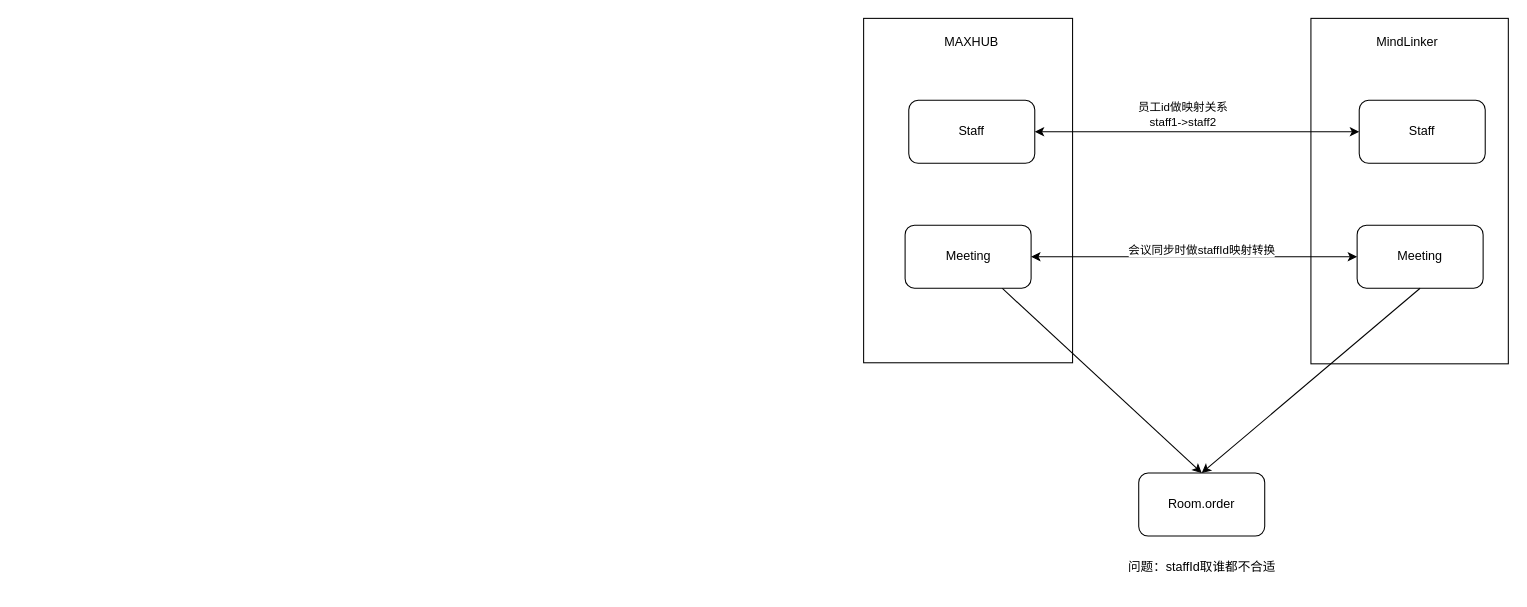
Earlier version of the draw.io diagram 未命名绘图.drawio (laowang-cloud/diagrams). Source tidied: cells renumbered, new cells numbered last; positions are measured from the earlier drawing's top-left corner, leaving out a move shared by most shapes. Both pictures are drawn from the tidied source at 105%, with x=0, y=0 at pixel (863, 18).
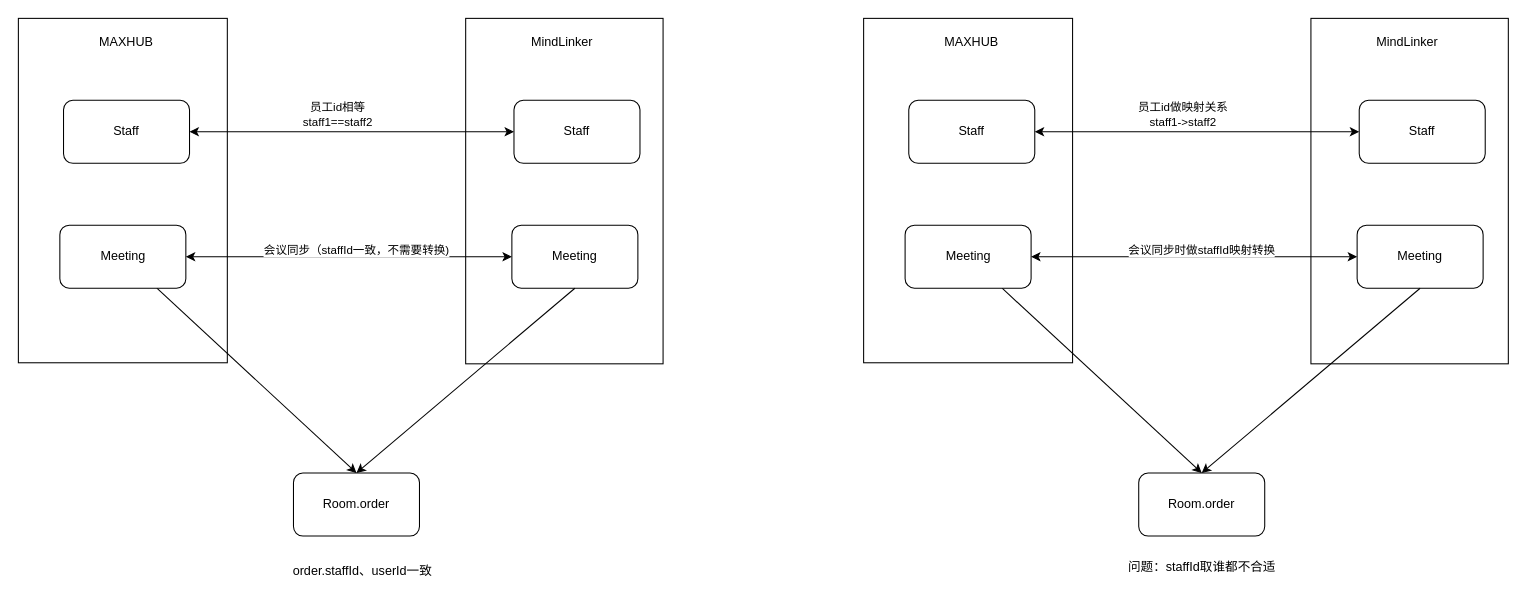
Above is the later version.

Commit message (it also covers changes not shown here):
更新未命名绘图.drawio

Diff of the diagram source:
```diff
@@
+    <mxCell id="18" style="rounded=0;whiteSpace=wrap;html=1;" parent="1" vertex="1">
+      <mxGeometry x="-805" width="199" height="328" as="geometry" />
+    </mxCell>
+    <mxCell id="19" value="MAXHUB" style="text;html=1;strokeColor=none;fillColor=none;align=center;verticalAlign=middle;whiteSpace=wrap;rounded=0;" parent="1" vertex="1">
+      <mxGeometry x="-759" y="8" width="114" height="30" as="geometry" />
+    </mxCell>
+    <mxCell id="20" style="rounded=0;whiteSpace=wrap;html=1;" parent="1" vertex="1">
+      <mxGeometry x="-379" width="188" height="329" as="geometry" />
+    </mxCell>
+    <mxCell id="21" value="MindLinker" style="text;html=1;strokeColor=none;fillColor=none;align=center;verticalAlign=middle;whiteSpace=wrap;rounded=0;" parent="1" vertex="1">
+      <mxGeometry x="-344" y="8" width="114" height="30" as="geometry" />
+    </mxCell>
+    <mxCell id="22" value="Staff" style="rounded=1;whiteSpace=wrap;html=1;" parent="1" vertex="1">
+      <mxGeometry x="-762" y="78" width="120" height="60" as="geometry" />
+    </mxCell>
+    <mxCell id="23" value="Staff" style="rounded=1;whiteSpace=wrap;html=1;" parent="1" vertex="1">
+      <mxGeometry x="-333" y="78" width="120" height="60" as="geometry" />
+    </mxCell>
+    <mxCell id="24" style="endArrow=classic;startArrow=classic;html=1;rounded=0;entryX=0;entryY=0.5;entryDx=0;entryDy=0;" parent="1" edge="1" source="22" target="23">
+      <mxGeometry relative="1" as="geometry" />
+    </mxCell>
+    <mxCell id="25" value="员工id相等&lt;br&gt;staff1==staff2" style="edgeLabel;html=1;align=center;verticalAlign=middle;" parent="24" vertex="1">
+      <mxGeometry x="-0.2" y="4" relative="1" as="geometry">
+        <mxPoint x="16" y="-13" as="offset" />
+      </mxGeometry>
+    </mxCell>
+    <mxCell id="26" style="rounded=0;jettySize=auto;html=1;entryX=0.5;entryY=0;entryDx=0;entryDy=0;" parent="1" edge="1" source="27" target="31">
+      <mxGeometry relative="1" as="geometry" />
+    </mxCell>
+    <mxCell id="27" value="Meeting" style="rounded=1;whiteSpace=wrap;html=1;" parent="1" vertex="1">
+      <mxGeometry x="-765.5" y="197" width="120" height="60" as="geometry" />
+    </mxCell>
+    <mxCell id="28" value="Meeting" style="rounded=1;whiteSpace=wrap;html=1;" parent="1" vertex="1">
+      <mxGeometry x="-335" y="197" width="120" height="60" as="geometry" />
+    </mxCell>
+    <mxCell id="29" style="endArrow=classic;startArrow=classic;html=1;rounded=0;exitX=1;exitY=0.5;exitDx=0;exitDy=0;" parent="1" edge="1" source="27" target="28">
+      <mxGeometry relative="1" as="geometry" />
+    </mxCell>
+    <mxCell id="30" value="会议同步（staffId一致，不需要转换)" style="edgeLabel;html=1;align=center;verticalAlign=middle;" parent="29" vertex="1">
+      <mxGeometry x="-0.29" y="2" relative="1" as="geometry">
+        <mxPoint x="52" y="-5" as="offset" />
+      </mxGeometry>
+    </mxCell>
+    <mxCell id="31" value="Room.order" style="rounded=1;whiteSpace=wrap;html=1;" parent="1" vertex="1">
+      <mxGeometry x="-543" y="433" width="120" height="60" as="geometry" />
+    </mxCell>
+    <mxCell id="32" style="rounded=0;jettySize=auto;html=1;exitX=0.5;exitY=1;exitDx=0;exitDy=0;entryX=0.5;entryY=0;entryDx=0;entryDy=0;" parent="1" edge="1" source="28" target="31">
+      <mxGeometry relative="1" as="geometry" />
+    </mxCell>
+    <mxCell id="33" value="order.staffId、userId一致" style="text;html=1;strokeColor=none;fillColor=none;align=center;verticalAlign=middle;whiteSpace=wrap;rounded=0;" parent="1" vertex="1">
+      <mxGeometry x="-596" y="510" width="237.5" height="33" as="geometry" />
+    </mxCell>
```
